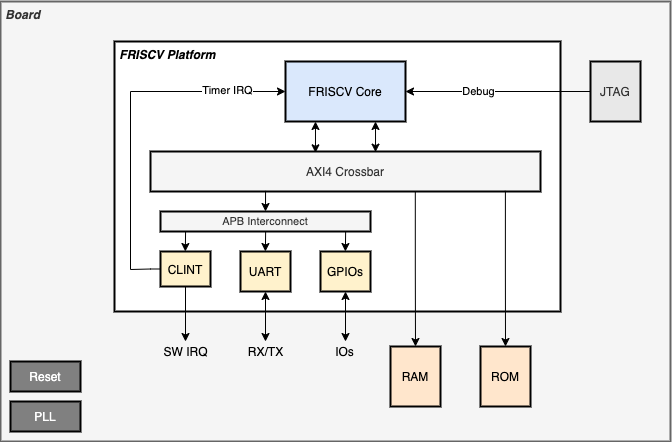
The draw.io diagram doc/assets/friscv-platform-top.png in dpretet/friscv, before a commit. Source tidied: cells renumbered, new cells last; positions are measured from the earlier drawing's top-left corner, leaving out a move shared by most shapes. The source it was exported from:
```xml
<mxGraphModel>
  <root>
    <mxCell id="0" />
    <mxCell id="1" parent="0" />
    <mxCell id="2" value="&amp;nbsp;Board" style="rounded=0;whiteSpace=wrap;html=1;align=left;verticalAlign=top;fontStyle=3;fillColor=#f5f5f5;strokeColor=#666666;fontColor=#333333;strokeWidth=2;" parent="1" vertex="1">
      <mxGeometry width="670" height="440" as="geometry" />
    </mxCell>
    <mxCell id="3" value="&amp;nbsp;FRISCV Platform" style="rounded=0;whiteSpace=wrap;html=1;align=left;verticalAlign=top;fontStyle=3;strokeWidth=2;" parent="1" vertex="1">
      <mxGeometry x="114" y="40" width="446" height="270" as="geometry" />
    </mxCell>
    <mxCell id="4" style="edgeStyle=orthogonalEdgeStyle;rounded=0;jettySize=auto;html=1;exitX=0.75;exitY=1;exitDx=0;exitDy=0;entryX=0.577;entryY=0.016;entryDx=0;entryDy=0;entryPerimeter=0;fontColor=#000000;startArrow=classic;startFill=1;" parent="1" edge="1" source="6" target="7">
      <mxGeometry relative="1" as="geometry" />
    </mxCell>
    <mxCell id="5" style="edgeStyle=orthogonalEdgeStyle;rounded=0;jettySize=auto;html=1;exitX=0.25;exitY=1;exitDx=0;exitDy=0;entryX=0.423;entryY=0.033;entryDx=0;entryDy=0;entryPerimeter=0;fontColor=#000000;startArrow=classic;startFill=1;" parent="1" edge="1" source="6" target="7">
      <mxGeometry relative="1" as="geometry" />
    </mxCell>
    <mxCell id="6" value="FRISCV Core" style="rounded=0;whiteSpace=wrap;html=1;strokeWidth=2;fillColor=#dae8fc;strokeColor=#000000;" parent="1" vertex="1">
      <mxGeometry x="285" y="60" width="120" height="60" as="geometry" />
    </mxCell>
    <mxCell id="7" value="AXI4 Crossbar" style="rounded=0;whiteSpace=wrap;html=1;fillColor=#f5f5f5;fontColor=#333333;strokeWidth=2;" parent="1" vertex="1">
      <mxGeometry x="150" y="150" width="390" height="40" as="geometry" />
    </mxCell>
    <mxCell id="8" style="edgeStyle=orthogonalEdgeStyle;rounded=0;jettySize=auto;html=1;fontColor=#FFFFFF;exitX=0.5;exitY=1;exitDx=0;exitDy=0;" parent="1" edge="1" source="9" target="20">
      <mxGeometry relative="1" as="geometry" />
    </mxCell>
    <mxCell id="9" value="CLINT" style="rounded=0;whiteSpace=wrap;html=1;fillColor=#fff2cc;strokeWidth=2;" parent="1" vertex="1">
      <mxGeometry x="160" y="250" width="50" height="35" as="geometry" />
    </mxCell>
    <mxCell id="10" value="UART" style="rounded=0;whiteSpace=wrap;html=1;fillColor=#fff2cc;strokeWidth=2;" parent="1" vertex="1">
      <mxGeometry x="240" y="250" width="50" height="40" as="geometry" />
    </mxCell>
    <mxCell id="11" style="edgeStyle=orthogonalEdgeStyle;rounded=0;jettySize=auto;html=1;exitX=0;exitY=0.5;exitDx=0;exitDy=0;entryX=0;entryY=0.5;entryDx=0;entryDy=0;fontColor=#FFFFFF;" parent="1" edge="1" source="9" target="6">
      <mxGeometry relative="1" as="geometry">
        <Array as="points">
          <mxPoint x="150" y="268" />
          <mxPoint x="130" y="268" />
          <mxPoint x="130" y="90" />
        </Array>
      </mxGeometry>
    </mxCell>
    <mxCell id="12" value="Timer IRQ" style="edgeLabel;html=1;align=center;verticalAlign=middle;fontColor=#000000;" parent="11" vertex="1">
      <mxGeometry x="0.68" y="1" relative="1" as="geometry" />
    </mxCell>
    <mxCell id="13" value="GPIOs" style="rounded=0;whiteSpace=wrap;html=1;fillColor=#fff2cc;strokeWidth=2;" parent="1" vertex="1">
      <mxGeometry x="320" y="250" width="50" height="40" as="geometry" />
    </mxCell>
    <mxCell id="14" style="edgeStyle=orthogonalEdgeStyle;rounded=0;jettySize=auto;html=1;exitX=0.679;exitY=1;exitDx=0;exitDy=0;entryX=0.5;entryY=0;entryDx=0;entryDy=0;exitPerimeter=0;" parent="1" edge="1" source="7" target="15">
      <mxGeometry relative="1" as="geometry" />
    </mxCell>
    <mxCell id="15" value="RAM" style="rounded=0;whiteSpace=wrap;html=1;fillColor=#ffe6cc;strokeWidth=2;" parent="1" vertex="1">
      <mxGeometry x="390" y="345" width="50" height="60" as="geometry" />
    </mxCell>
    <mxCell id="16" style="edgeStyle=orthogonalEdgeStyle;rounded=0;jettySize=auto;html=1;exitX=0.91;exitY=0.983;exitDx=0;exitDy=0;entryX=0.5;entryY=0;entryDx=0;entryDy=0;exitPerimeter=0;" parent="1" edge="1" source="7" target="17">
      <mxGeometry relative="1" as="geometry" />
    </mxCell>
    <mxCell id="17" value="ROM" style="rounded=0;whiteSpace=wrap;html=1;fillColor=#ffe6cc;strokeWidth=2;" parent="1" vertex="1">
      <mxGeometry x="480" y="345" width="50" height="60" as="geometry" />
    </mxCell>
    <mxCell id="18" value="PLL" style="rounded=0;whiteSpace=wrap;html=1;fillColor=#808080;strokeWidth=2;fontColor=#FFFFFF;" parent="1" vertex="1">
      <mxGeometry x="10" y="400" width="70" height="30" as="geometry" />
    </mxCell>
    <mxCell id="19" value="Reset" style="rounded=0;whiteSpace=wrap;html=1;fillColor=#808080;strokeWidth=2;fontColor=#FFFFFF;" parent="1" vertex="1">
      <mxGeometry x="10" y="360" width="70" height="30" as="geometry" />
    </mxCell>
    <mxCell id="20" value="SW IRQ" style="text;html=1;strokeColor=none;fillColor=none;align=center;verticalAlign=middle;whiteSpace=wrap;rounded=0;" parent="1" vertex="1">
      <mxGeometry x="157.5" y="340" width="55" height="20" as="geometry" />
    </mxCell>
    <mxCell id="21" style="edgeStyle=orthogonalEdgeStyle;rounded=0;jettySize=auto;html=1;fontColor=#000000;entryX=1;entryY=0.5;entryDx=0;entryDy=0;" parent="1" edge="1" source="23" target="6">
      <mxGeometry relative="1" as="geometry" />
    </mxCell>
    <mxCell id="22" value="Debug" style="edgeLabel;html=1;align=center;verticalAlign=middle;fontColor=#000000;" parent="21" vertex="1">
      <mxGeometry x="0.21" y="1" relative="1" as="geometry">
        <mxPoint y="-1" as="offset" />
      </mxGeometry>
    </mxCell>
    <mxCell id="23" value="JTAG" style="rounded=0;whiteSpace=wrap;html=1;fillColor=#E8E8E8;strokeWidth=2;fontColor=#333333;strokeColor=#000000;" parent="1" vertex="1">
      <mxGeometry x="590" y="60" width="50" height="60" as="geometry" />
    </mxCell>
    <mxCell id="24" style="edgeStyle=orthogonalEdgeStyle;rounded=0;jettySize=auto;html=1;exitX=0.5;exitY=0;exitDx=0;exitDy=0;entryX=0.5;entryY=1;entryDx=0;entryDy=0;fontColor=#000000;startArrow=classic;startFill=1;" parent="1" edge="1" source="25" target="10">
      <mxGeometry relative="1" as="geometry" />
    </mxCell>
    <mxCell id="25" value="RX/TX" style="text;html=1;strokeColor=none;fillColor=none;align=center;verticalAlign=middle;whiteSpace=wrap;rounded=0;" parent="1" vertex="1">
      <mxGeometry x="237.5" y="340" width="55" height="20" as="geometry" />
    </mxCell>
    <mxCell id="26" style="edgeStyle=orthogonalEdgeStyle;rounded=0;jettySize=auto;html=1;exitX=0.5;exitY=0;exitDx=0;exitDy=0;fontColor=#000000;startArrow=classic;startFill=1;" parent="1" edge="1" source="27" target="13">
      <mxGeometry relative="1" as="geometry" />
    </mxCell>
    <mxCell id="27" value="IOs" style="text;html=1;strokeColor=none;fillColor=none;align=center;verticalAlign=middle;whiteSpace=wrap;rounded=0;" parent="1" vertex="1">
      <mxGeometry x="317.5" y="340" width="55" height="20" as="geometry" />
    </mxCell>
    <mxCell id="28" style="edgeStyle=orthogonalEdgeStyle;rounded=0;jettySize=auto;html=1;exitX=0.295;exitY=0.984;exitDx=0;exitDy=0;startArrow=none;startFill=0;entryX=0.5;entryY=0;entryDx=0;entryDy=0;exitPerimeter=0;" parent="1" edge="1" source="7" target="29">
      <mxGeometry relative="1" as="geometry" />
    </mxCell>
    <mxCell id="29" value="APB Interconnect" style="rounded=0;whiteSpace=wrap;html=1;fillColor=#f5f5f5;fontColor=#333333;strokeWidth=2;fontSize=11;" parent="1" vertex="1">
      <mxGeometry x="160" y="210" width="210" height="20" as="geometry" />
    </mxCell>
    <mxCell id="30" style="edgeStyle=orthogonalEdgeStyle;rounded=0;orthogonalLoop=1;jettySize=auto;html=1;exitX=0.5;exitY=0;exitDx=0;exitDy=0;startArrow=none;startFill=0;entryX=0.5;entryY=0;entryDx=0;entryDy=0;" parent="1" edge="1">
      <mxGeometry relative="1" as="geometry">
        <mxPoint x="265.1" y="230" as="sourcePoint" />
        <mxPoint x="264.9" y="250" as="targetPoint" />
      </mxGeometry>
    </mxCell>
    <mxCell id="31" style="edgeStyle=orthogonalEdgeStyle;rounded=0;orthogonalLoop=1;jettySize=auto;html=1;exitX=0.5;exitY=0;exitDx=0;exitDy=0;startArrow=none;startFill=0;entryX=0.5;entryY=0;entryDx=0;entryDy=0;" parent="1" edge="1">
      <mxGeometry relative="1" as="geometry">
        <mxPoint x="345.1" y="230" as="sourcePoint" />
        <mxPoint x="344.9" y="250" as="targetPoint" />
      </mxGeometry>
    </mxCell>
    <mxCell id="32" style="edgeStyle=orthogonalEdgeStyle;rounded=0;orthogonalLoop=1;jettySize=auto;html=1;exitX=0.5;exitY=0;exitDx=0;exitDy=0;startArrow=none;startFill=0;entryX=0.5;entryY=0;entryDx=0;entryDy=0;" parent="1" edge="1">
      <mxGeometry relative="1" as="geometry">
        <mxPoint x="185.1" y="230" as="sourcePoint" />
        <mxPoint x="184.8" y="250" as="targetPoint" />
      </mxGeometry>
    </mxCell>
  </root>
</mxGraphModel>
```
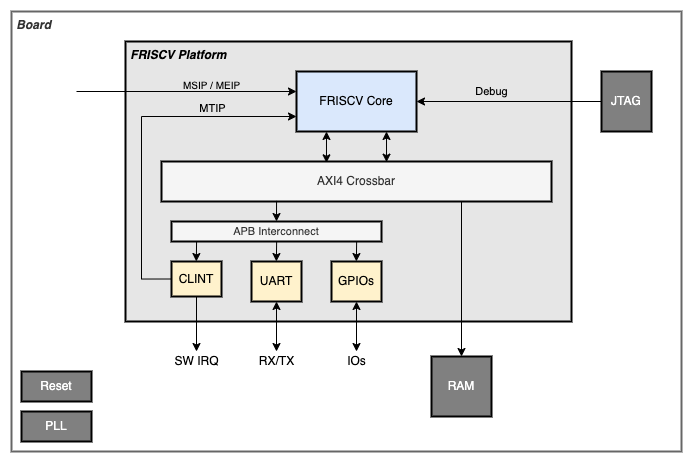
The same diagram one commit later.

The edit, as a diff of the source:
```diff
@@ -2,11 +2,11 @@
   <root>
     <mxCell id="0" />
     <mxCell id="1" parent="0" />
-    <mxCell id="2" value="&amp;nbsp;Board" style="rounded=0;whiteSpace=wrap;html=1;align=left;verticalAlign=top;fontStyle=3;fillColor=#f5f5f5;strokeColor=#666666;fontColor=#333333;strokeWidth=2;" parent="1" vertex="1">
-      <mxGeometry width="670" height="440" as="geometry" />
+    <mxCell id="2" value="&amp;nbsp;Board" style="rounded=0;whiteSpace=wrap;html=1;align=left;verticalAlign=top;fontStyle=3;fillColor=#FFFFFF;strokeColor=#666666;fontColor=#333333;strokeWidth=2;" parent="1" vertex="1">
+      <mxGeometry x="420" y="660" width="670" height="440" as="geometry" />
     </mxCell>
-    <mxCell id="3" value="&amp;nbsp;FRISCV Platform" style="rounded=0;whiteSpace=wrap;html=1;align=left;verticalAlign=top;fontStyle=3;strokeWidth=2;" parent="1" vertex="1">
-      <mxGeometry x="114" y="40" width="446" height="270" as="geometry" />
+    <mxCell id="3" value="&amp;nbsp;FRISCV Platform" style="rounded=0;whiteSpace=wrap;html=1;align=left;verticalAlign=top;fontStyle=3;strokeWidth=2;fillColor=#E6E6E6;" parent="1" vertex="1">
+      <mxGeometry x="534" y="690" width="446" height="280" as="geometry" />
     </mxCell>
     <mxCell id="4" style="edgeStyle=orthogonalEdgeStyle;rounded=0;jettySize=auto;html=1;exitX=0.75;exitY=1;exitDx=0;exitDy=0;entryX=0.577;entryY=0.016;entryDx=0;entryDy=0;entryPerimeter=0;fontColor=#000000;startArrow=classic;startFill=1;" parent="1" edge="1" source="6" target="7">
       <mxGeometry relative="1" as="geometry" />
@@ -15,101 +15,111 @@
       <mxGeometry relative="1" as="geometry" />
     </mxCell>
     <mxCell id="6" value="FRISCV Core" style="rounded=0;whiteSpace=wrap;html=1;strokeWidth=2;fillColor=#dae8fc;strokeColor=#000000;" parent="1" vertex="1">
-      <mxGeometry x="285" y="60" width="120" height="60" as="geometry" />
+      <mxGeometry x="705" y="720" width="120" height="60" as="geometry" />
     </mxCell>
     <mxCell id="7" value="AXI4 Crossbar" style="rounded=0;whiteSpace=wrap;html=1;fillColor=#f5f5f5;fontColor=#333333;strokeWidth=2;" parent="1" vertex="1">
-      <mxGeometry x="150" y="150" width="390" height="40" as="geometry" />
+      <mxGeometry x="570" y="810" width="390" height="40" as="geometry" />
     </mxCell>
-    <mxCell id="8" style="edgeStyle=orthogonalEdgeStyle;rounded=0;jettySize=auto;html=1;fontColor=#FFFFFF;exitX=0.5;exitY=1;exitDx=0;exitDy=0;" parent="1" edge="1" source="9" target="20">
+    <mxCell id="8" style="edgeStyle=orthogonalEdgeStyle;rounded=0;jettySize=auto;html=1;fontColor=#FFFFFF;exitX=0.5;exitY=1;exitDx=0;exitDy=0;" parent="1" edge="1" source="9" target="18">
       <mxGeometry relative="1" as="geometry" />
     </mxCell>
     <mxCell id="9" value="CLINT" style="rounded=0;whiteSpace=wrap;html=1;fillColor=#fff2cc;strokeWidth=2;" parent="1" vertex="1">
-      <mxGeometry x="160" y="250" width="50" height="35" as="geometry" />
+      <mxGeometry x="580" y="910" width="50" height="35" as="geometry" />
     </mxCell>
     <mxCell id="10" value="UART" style="rounded=0;whiteSpace=wrap;html=1;fillColor=#fff2cc;strokeWidth=2;" parent="1" vertex="1">
-      <mxGeometry x="240" y="250" width="50" height="40" as="geometry" />
+      <mxGeometry x="660" y="910" width="50" height="40" as="geometry" />
     </mxCell>
-    <mxCell id="11" style="edgeStyle=orthogonalEdgeStyle;rounded=0;jettySize=auto;html=1;exitX=0;exitY=0.5;exitDx=0;exitDy=0;entryX=0;entryY=0.5;entryDx=0;entryDy=0;fontColor=#FFFFFF;" parent="1" edge="1" source="9" target="6">
+    <mxCell id="11" style="edgeStyle=orthogonalEdgeStyle;rounded=0;jettySize=auto;html=1;exitX=0;exitY=0.5;exitDx=0;exitDy=0;entryX=0;entryY=0.75;entryDx=0;entryDy=0;fontColor=#FFFFFF;" parent="1" edge="1" source="9" target="6">
       <mxGeometry relative="1" as="geometry">
         <Array as="points">
-          <mxPoint x="150" y="268" />
-          <mxPoint x="130" y="268" />
-          <mxPoint x="130" y="90" />
+          <mxPoint x="550" y="928" />
+          <mxPoint x="550" y="765" />
         </Array>
       </mxGeometry>
     </mxCell>
-    <mxCell id="12" value="Timer IRQ" style="edgeLabel;html=1;align=center;verticalAlign=middle;fontColor=#000000;" parent="11" vertex="1">
-      <mxGeometry x="0.68" y="1" relative="1" as="geometry" />
+    <mxCell id="12" value="MTIP" style="edgeLabel;html=1;align=center;verticalAlign=middle;fontColor=#000000;spacing=2;labelBackgroundColor=none;" parent="11" vertex="1">
+      <mxGeometry x="0.68" y="1" relative="1" as="geometry">
+        <mxPoint x="-28" y="-7" as="offset" />
+      </mxGeometry>
     </mxCell>
     <mxCell id="13" value="GPIOs" style="rounded=0;whiteSpace=wrap;html=1;fillColor=#fff2cc;strokeWidth=2;" parent="1" vertex="1">
-      <mxGeometry x="320" y="250" width="50" height="40" as="geometry" />
+      <mxGeometry x="740" y="910" width="50" height="40" as="geometry" />
     </mxCell>
-    <mxCell id="14" style="edgeStyle=orthogonalEdgeStyle;rounded=0;jettySize=auto;html=1;exitX=0.679;exitY=1;exitDx=0;exitDy=0;entryX=0.5;entryY=0;entryDx=0;entryDy=0;exitPerimeter=0;" parent="1" edge="1" source="7" target="15">
-      <mxGeometry relative="1" as="geometry" />
+    <mxCell id="14" style="edgeStyle=orthogonalEdgeStyle;rounded=0;jettySize=auto;html=1;exitX=0.75;exitY=1;exitDx=0;exitDy=0;entryX=0.5;entryY=0;entryDx=0;entryDy=0;" parent="1" edge="1" source="7" target="15">
+      <mxGeometry relative="1" as="geometry">
+        <Array as="points">
+          <mxPoint x="870" y="850" />
+        </Array>
+      </mxGeometry>
     </mxCell>
-    <mxCell id="15" value="RAM" style="rounded=0;whiteSpace=wrap;html=1;fillColor=#ffe6cc;strokeWidth=2;" parent="1" vertex="1">
-      <mxGeometry x="390" y="345" width="50" height="60" as="geometry" />
+    <mxCell id="15" value="RAM" style="rounded=0;whiteSpace=wrap;html=1;fillColor=#808080;strokeWidth=2;fontColor=#FFFFFF;" parent="1" vertex="1">
+      <mxGeometry x="840" y="1005" width="60" height="60" as="geometry" />
     </mxCell>
-    <mxCell id="16" style="edgeStyle=orthogonalEdgeStyle;rounded=0;jettySize=auto;html=1;exitX=0.91;exitY=0.983;exitDx=0;exitDy=0;entryX=0.5;entryY=0;entryDx=0;entryDy=0;exitPerimeter=0;" parent="1" edge="1" source="7" target="17">
-      <mxGeometry relative="1" as="geometry" />
+    <mxCell id="16" value="PLL" style="rounded=0;whiteSpace=wrap;html=1;fillColor=#808080;strokeWidth=2;fontColor=#FFFFFF;" parent="1" vertex="1">
+      <mxGeometry x="430" y="1060" width="70" height="30" as="geometry" />
     </mxCell>
-    <mxCell id="17" value="ROM" style="rounded=0;whiteSpace=wrap;html=1;fillColor=#ffe6cc;strokeWidth=2;" parent="1" vertex="1">
-      <mxGeometry x="480" y="345" width="50" height="60" as="geometry" />
+    <mxCell id="17" value="Reset" style="rounded=0;whiteSpace=wrap;html=1;fillColor=#808080;strokeWidth=2;fontColor=#FFFFFF;" parent="1" vertex="1">
+      <mxGeometry x="430" y="1020" width="70" height="30" as="geometry" />
     </mxCell>
-    <mxCell id="18" value="PLL" style="rounded=0;whiteSpace=wrap;html=1;fillColor=#808080;strokeWidth=2;fontColor=#FFFFFF;" parent="1" vertex="1">
-      <mxGeometry x="10" y="400" width="70" height="30" as="geometry" />
+    <mxCell id="18" value="SW IRQ" style="text;html=1;strokeColor=none;fillColor=none;align=center;verticalAlign=middle;whiteSpace=wrap;rounded=0;" parent="1" vertex="1">
+      <mxGeometry x="577.5" y="1000" width="55" height="20" as="geometry" />
     </mxCell>
-    <mxCell id="19" value="Reset" style="rounded=0;whiteSpace=wrap;html=1;fillColor=#808080;strokeWidth=2;fontColor=#FFFFFF;" parent="1" vertex="1">
-      <mxGeometry x="10" y="360" width="70" height="30" as="geometry" />
+    <mxCell id="19" style="edgeStyle=orthogonalEdgeStyle;rounded=0;jettySize=auto;html=1;fontColor=#000000;entryX=1;entryY=0.5;entryDx=0;entryDy=0;" parent="1" edge="1" source="21" target="6">
+      <mxGeometry relative="1" as="geometry" />
     </mxCell>
-    <mxCell id="20" value="SW IRQ" style="text;html=1;strokeColor=none;fillColor=none;align=center;verticalAlign=middle;whiteSpace=wrap;rounded=0;" parent="1" vertex="1">
-      <mxGeometry x="157.5" y="340" width="55" height="20" as="geometry" />
+    <mxCell id="20" value="Debug" style="edgeLabel;html=1;align=center;verticalAlign=middle;points=[];fontColor=#000000;labelBackgroundColor=none;" parent="19" vertex="1">
+      <mxGeometry x="0.21" y="1" relative="1" as="geometry">
+        <mxPoint x="2" y="-11" as="offset" />
+      </mxGeometry>
     </mxCell>
-    <mxCell id="21" style="edgeStyle=orthogonalEdgeStyle;rounded=0;jettySize=auto;html=1;fontColor=#000000;entryX=1;entryY=0.5;entryDx=0;entryDy=0;" parent="1" edge="1" source="23" target="6">
-      <mxGeometry relative="1" as="geometry" />
+    <mxCell id="21" value="JTAG" style="rounded=0;whiteSpace=wrap;html=1;fillColor=#808080;strokeWidth=2;fontColor=#FFFFFF;strokeColor=default;" parent="1" vertex="1">
+      <mxGeometry x="1010" y="720" width="50" height="60" as="geometry" />
     </mxCell>
-    <mxCell id="22" value="Debug" style="edgeLabel;html=1;align=center;verticalAlign=middle;fontColor=#000000;" parent="21" vertex="1">
-      <mxGeometry x="0.21" y="1" relative="1" as="geometry">
-        <mxPoint y="-1" as="offset" />
-      </mxGeometry>
+    <mxCell id="22" style="edgeStyle=orthogonalEdgeStyle;rounded=0;jettySize=auto;html=1;exitX=0.5;exitY=0;exitDx=0;exitDy=0;entryX=0.5;entryY=1;entryDx=0;entryDy=0;fontColor=#000000;startArrow=classic;startFill=1;" parent="1" edge="1" source="23" target="10">
+      <mxGeometry relative="1" as="geometry" />
     </mxCell>
-    <mxCell id="23" value="JTAG" style="rounded=0;whiteSpace=wrap;html=1;fillColor=#E8E8E8;strokeWidth=2;fontColor=#333333;strokeColor=#000000;" parent="1" vertex="1">
-      <mxGeometry x="590" y="60" width="50" height="60" as="geometry" />
+    <mxCell id="23" value="RX/TX" style="text;html=1;strokeColor=none;fillColor=none;align=center;verticalAlign=middle;whiteSpace=wrap;rounded=0;" parent="1" vertex="1">
+      <mxGeometry x="657.5" y="1000" width="55" height="20" as="geometry" />
     </mxCell>
-    <mxCell id="24" style="edgeStyle=orthogonalEdgeStyle;rounded=0;jettySize=auto;html=1;exitX=0.5;exitY=0;exitDx=0;exitDy=0;entryX=0.5;entryY=1;entryDx=0;entryDy=0;fontColor=#000000;startArrow=classic;startFill=1;" parent="1" edge="1" source="25" target="10">
+    <mxCell id="24" style="edgeStyle=orthogonalEdgeStyle;rounded=0;jettySize=auto;html=1;exitX=0.5;exitY=0;exitDx=0;exitDy=0;fontColor=#000000;startArrow=classic;startFill=1;" parent="1" edge="1" source="25" target="13">
       <mxGeometry relative="1" as="geometry" />
     </mxCell>
-    <mxCell id="25" value="RX/TX" style="text;html=1;strokeColor=none;fillColor=none;align=center;verticalAlign=middle;whiteSpace=wrap;rounded=0;" parent="1" vertex="1">
-      <mxGeometry x="237.5" y="340" width="55" height="20" as="geometry" />
+    <mxCell id="25" value="IOs" style="text;html=1;strokeColor=none;fillColor=none;align=center;verticalAlign=middle;whiteSpace=wrap;rounded=0;" parent="1" vertex="1">
+      <mxGeometry x="737.5" y="1000" width="55" height="20" as="geometry" />
     </mxCell>
-    <mxCell id="26" style="edgeStyle=orthogonalEdgeStyle;rounded=0;jettySize=auto;html=1;exitX=0.5;exitY=0;exitDx=0;exitDy=0;fontColor=#000000;startArrow=classic;startFill=1;" parent="1" edge="1" source="27" target="13">
+    <mxCell id="26" style="edgeStyle=orthogonalEdgeStyle;rounded=0;jettySize=auto;html=1;exitX=0.295;exitY=0.984;exitDx=0;exitDy=0;startArrow=none;startFill=0;entryX=0.5;entryY=0;entryDx=0;entryDy=0;exitPerimeter=0;" parent="1" edge="1" source="7" target="27">
       <mxGeometry relative="1" as="geometry" />
     </mxCell>
-    <mxCell id="27" value="IOs" style="text;html=1;strokeColor=none;fillColor=none;align=center;verticalAlign=middle;whiteSpace=wrap;rounded=0;" parent="1" vertex="1">
-      <mxGeometry x="317.5" y="340" width="55" height="20" as="geometry" />
+    <mxCell id="27" value="APB Interconnect" style="rounded=0;whiteSpace=wrap;html=1;fillColor=#f5f5f5;fontColor=#333333;strokeWidth=2;fontSize=11;" parent="1" vertex="1">
+      <mxGeometry x="580" y="870" width="210" height="20" as="geometry" />
     </mxCell>
-    <mxCell id="28" style="edgeStyle=orthogonalEdgeStyle;rounded=0;jettySize=auto;html=1;exitX=0.295;exitY=0.984;exitDx=0;exitDy=0;startArrow=none;startFill=0;entryX=0.5;entryY=0;entryDx=0;entryDy=0;exitPerimeter=0;" parent="1" edge="1" source="7" target="29">
-      <mxGeometry relative="1" as="geometry" />
+    <mxCell id="28" style="edgeStyle=orthogonalEdgeStyle;rounded=0;orthogonalLoop=1;jettySize=auto;html=1;exitX=0.5;exitY=0;exitDx=0;exitDy=0;startArrow=none;startFill=0;entryX=0.5;entryY=0;entryDx=0;entryDy=0;" parent="1" edge="1">
+      <mxGeometry relative="1" as="geometry">
+        <mxPoint x="685.1" y="890" as="sourcePoint" />
+        <mxPoint x="684.9" y="910" as="targetPoint" />
+      </mxGeometry>
     </mxCell>
-    <mxCell id="29" value="APB Interconnect" style="rounded=0;whiteSpace=wrap;html=1;fillColor=#f5f5f5;fontColor=#333333;strokeWidth=2;fontSize=11;" parent="1" vertex="1">
-      <mxGeometry x="160" y="210" width="210" height="20" as="geometry" />
+    <mxCell id="29" style="edgeStyle=orthogonalEdgeStyle;rounded=0;orthogonalLoop=1;jettySize=auto;html=1;exitX=0.5;exitY=0;exitDx=0;exitDy=0;startArrow=none;startFill=0;entryX=0.5;entryY=0;entryDx=0;entryDy=0;" parent="1" edge="1">
+      <mxGeometry relative="1" as="geometry">
+        <mxPoint x="765.1" y="890" as="sourcePoint" />
+        <mxPoint x="764.9" y="910" as="targetPoint" />
+      </mxGeometry>
     </mxCell>
     <mxCell id="30" style="edgeStyle=orthogonalEdgeStyle;rounded=0;orthogonalLoop=1;jettySize=auto;html=1;exitX=0.5;exitY=0;exitDx=0;exitDy=0;startArrow=none;startFill=0;entryX=0.5;entryY=0;entryDx=0;entryDy=0;" parent="1" edge="1">
       <mxGeometry relative="1" as="geometry">
-        <mxPoint x="265.1" y="230" as="sourcePoint" />
-        <mxPoint x="264.9" y="250" as="targetPoint" />
+        <mxPoint x="605.1" y="890" as="sourcePoint" />
+        <mxPoint x="604.8" y="910" as="targetPoint" />
       </mxGeometry>
     </mxCell>
-    <mxCell id="31" style="edgeStyle=orthogonalEdgeStyle;rounded=0;orthogonalLoop=1;jettySize=auto;html=1;exitX=0.5;exitY=0;exitDx=0;exitDy=0;startArrow=none;startFill=0;entryX=0.5;entryY=0;entryDx=0;entryDy=0;" parent="1" edge="1">
+    <mxCell id="31" style="endArrow=classic;html=1;rounded=0;fontSize=14;fontColor=#000000;endSize=6;strokeColor=#000000;" parent="1" edge="1">
       <mxGeometry relative="1" as="geometry">
-        <mxPoint x="345.1" y="230" as="sourcePoint" />
-        <mxPoint x="344.9" y="250" as="targetPoint" />
+        <mxPoint x="485" y="740" as="sourcePoint" />
+        <mxPoint x="705" y="740" as="targetPoint" />
       </mxGeometry>
     </mxCell>
-    <mxCell id="32" style="edgeStyle=orthogonalEdgeStyle;rounded=0;orthogonalLoop=1;jettySize=auto;html=1;exitX=0.5;exitY=0;exitDx=0;exitDy=0;startArrow=none;startFill=0;entryX=0.5;entryY=0;entryDx=0;entryDy=0;" parent="1" edge="1">
-      <mxGeometry relative="1" as="geometry">
-        <mxPoint x="185.1" y="230" as="sourcePoint" />
-        <mxPoint x="184.8" y="250" as="targetPoint" />
+    <mxCell id="32" value="MSIP / MEIP" style="edgeLabel;html=1;align=center;verticalAlign=middle;fontSize=10;fontColor=#000000;labelBackgroundColor=none;" parent="31" vertex="1">
+      <mxGeometry x="-0.76" y="-2" relative="1" as="geometry">
+        <mxPoint x="109" y="-9" as="offset" />
       </mxGeometry>
     </mxCell>
   </root>
```
